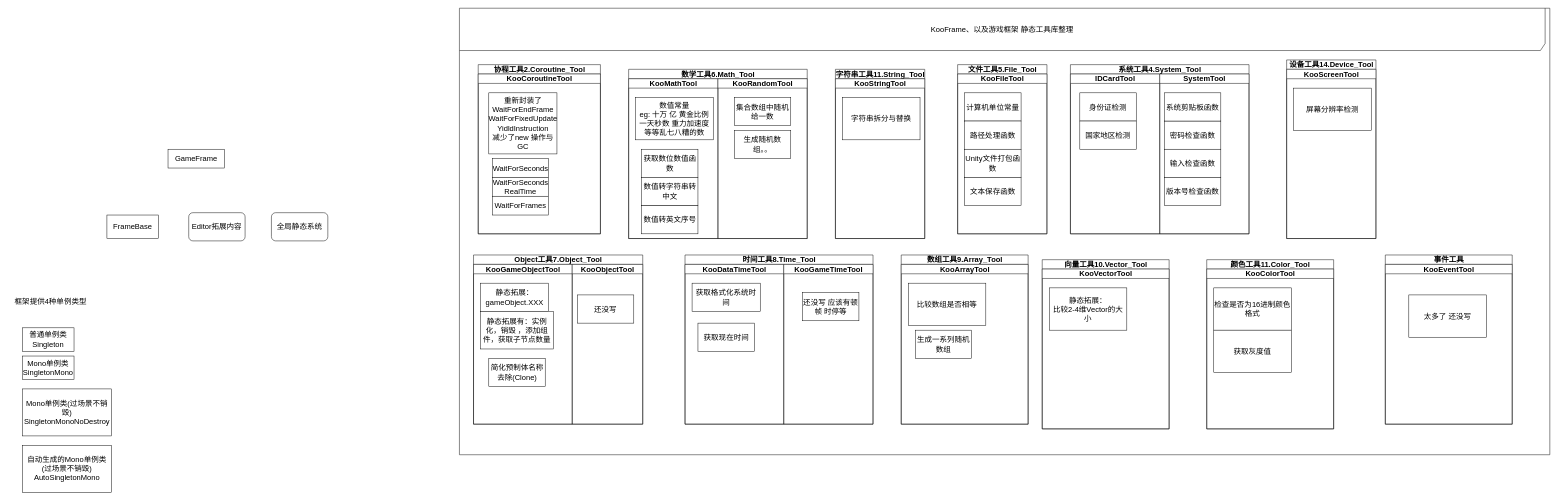
The draw.io diagram 框架类图.drawio in ChesTnuts233/KooFrame, before the edit. Source tidied: cells renumbered, new cells numbered last; positions are measured from the earlier drawing's top-left corner, leaving out a move shared by most shapes. Both pictures are drawn from the tidied source at 47%, with x=0, y=0 at pixel (8, 8).
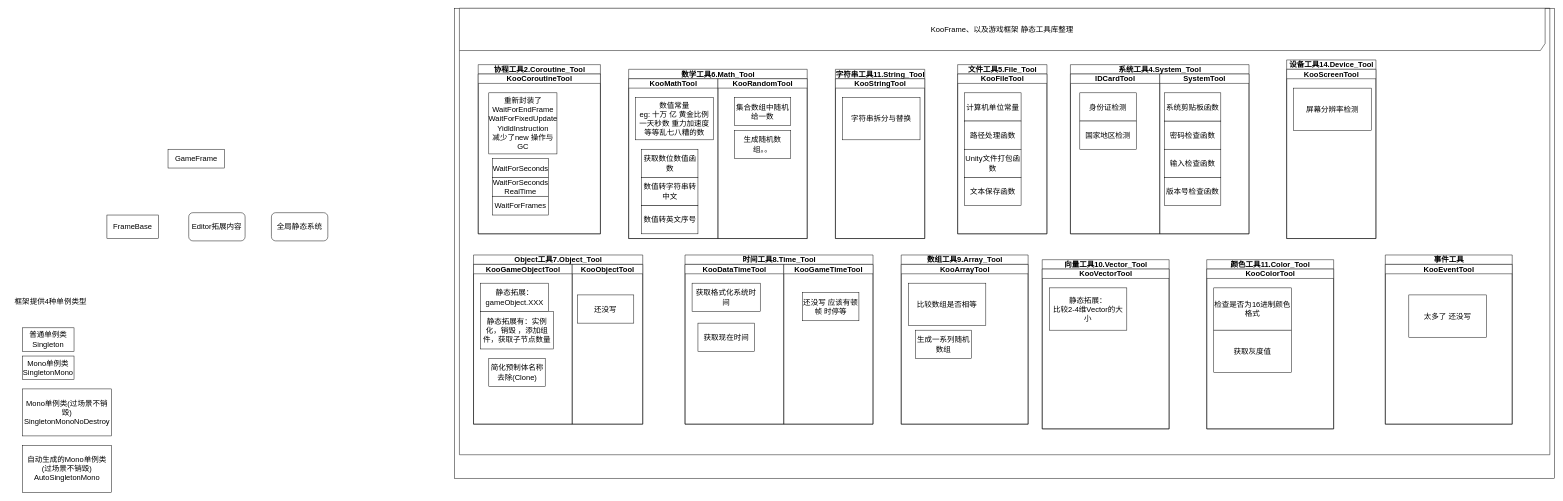
Above is the later version.

Commit message (it also covers changes not shown here):
更新框架类图.drawio

Change to the diagram source:
```diff
@@
+    <mxCell id="76" style="rounded=0;whiteSpace=wrap;html=1;fontSize=16;" parent="1" vertex="1">
+      <mxGeometry x="950" width="2340" height="1000" as="geometry" />
+    </mxCell>
```
